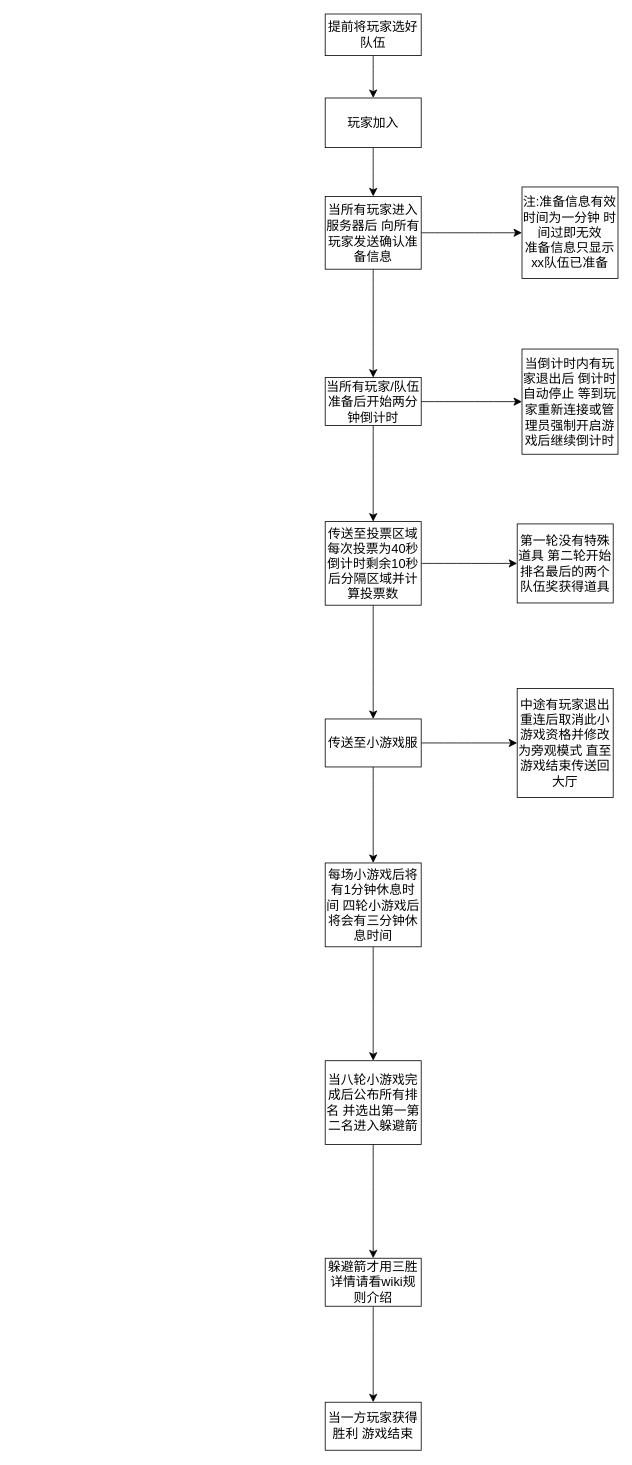
Earlier version of the draw.io diagram 未命名绘图.drawio (nothing-championship/what-it-this). Source tidied: cells renumbered, new cells numbered last; positions are measured from the earlier drawing's top-left corner, leaving out a move shared by most shapes. Both pictures are drawn from the tidied source at 80%, with x=0, y=0 at pixel (325, 14).
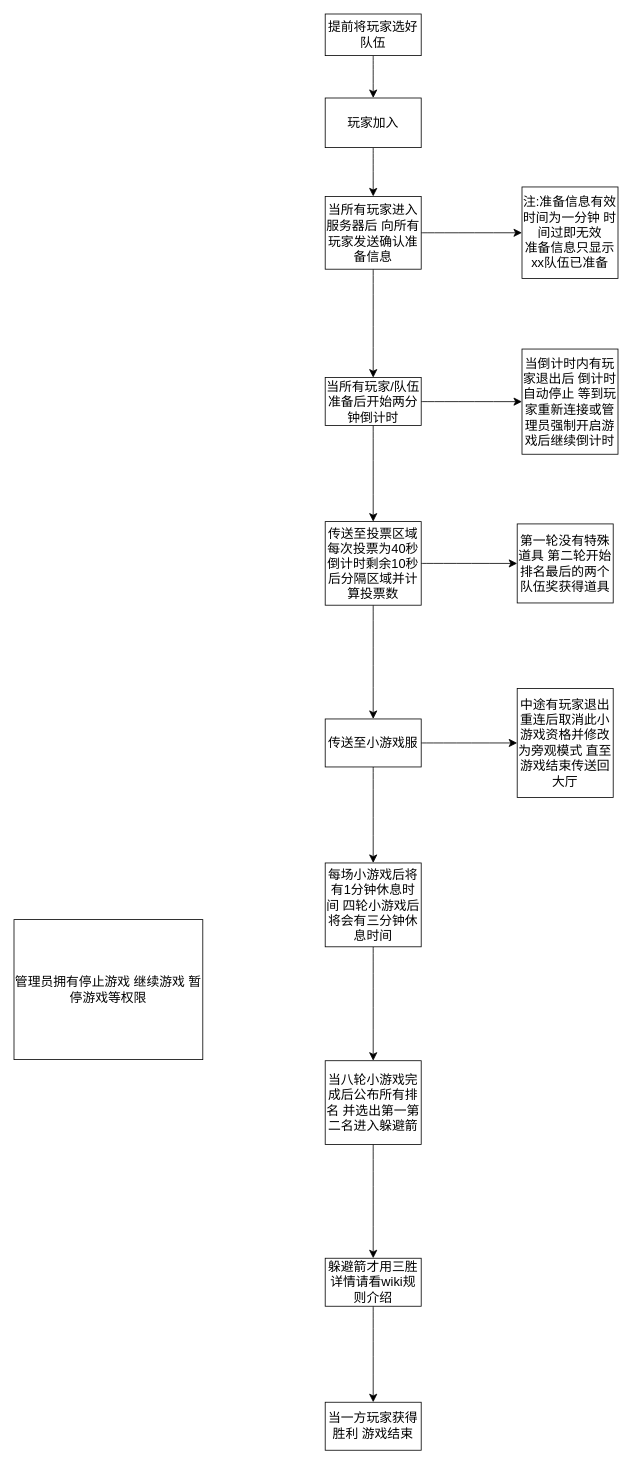
The same page after the edit.

Commit message:
更新未命名绘图.drawio

The edit, as a diff of the source:
```diff
@@
+    <mxCell id="29" value="管理员拥有停止游戏 继续游戏 暂停游戏等权限&lt;br&gt;" style="whiteSpace=wrap;html=1;fontSize=16;" parent="1" vertex="1">
+      <mxGeometry x="-389" y="1132" width="236" height="175" as="geometry" />
+    </mxCell>
```
